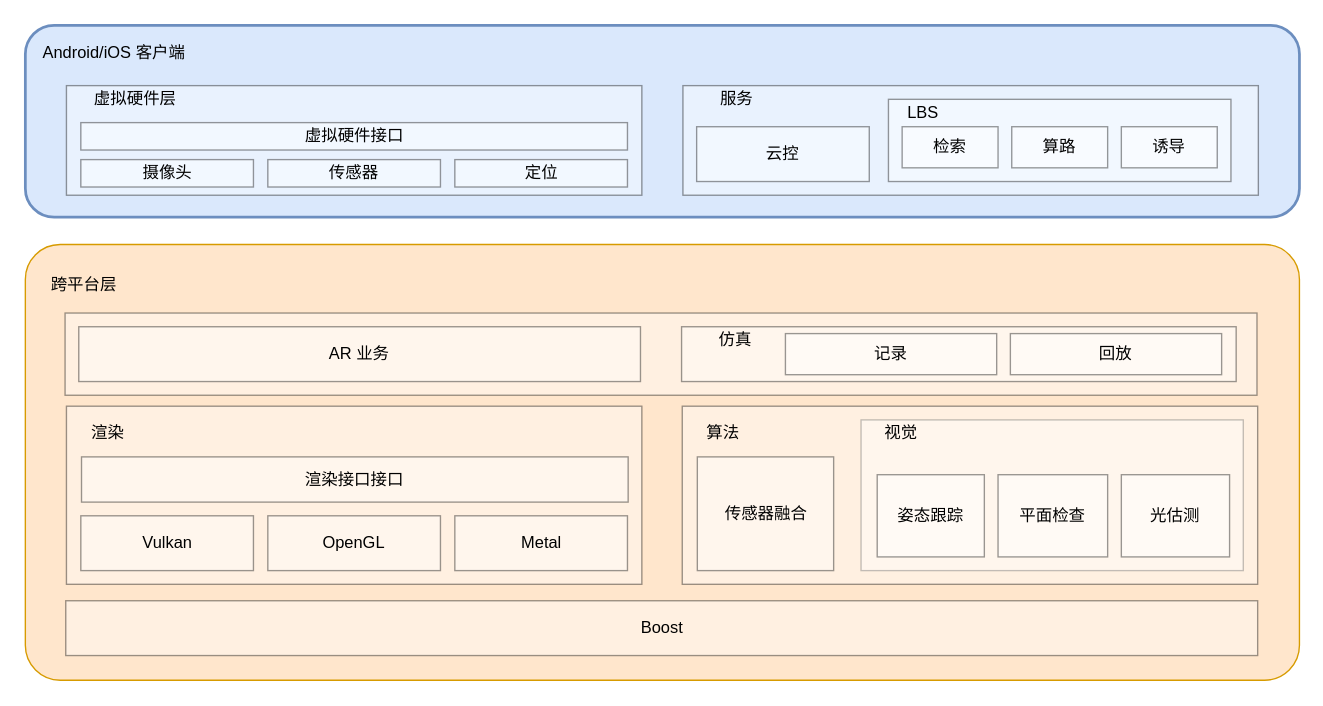
wangziji/graphics keeps this draw.io diagram as page "SDK 框架" (7 of 13) of AR 客户端架构.drawio. Above is the earlier version. Source tidied: cells renumbered, new cells numbered last; positions are measured from the earlier drawing's top-left corner, leaving out a move shared by most shapes. Both pictures are drawn from the tidied source at 137%, with x=0, y=0 at pixel (25, 25).
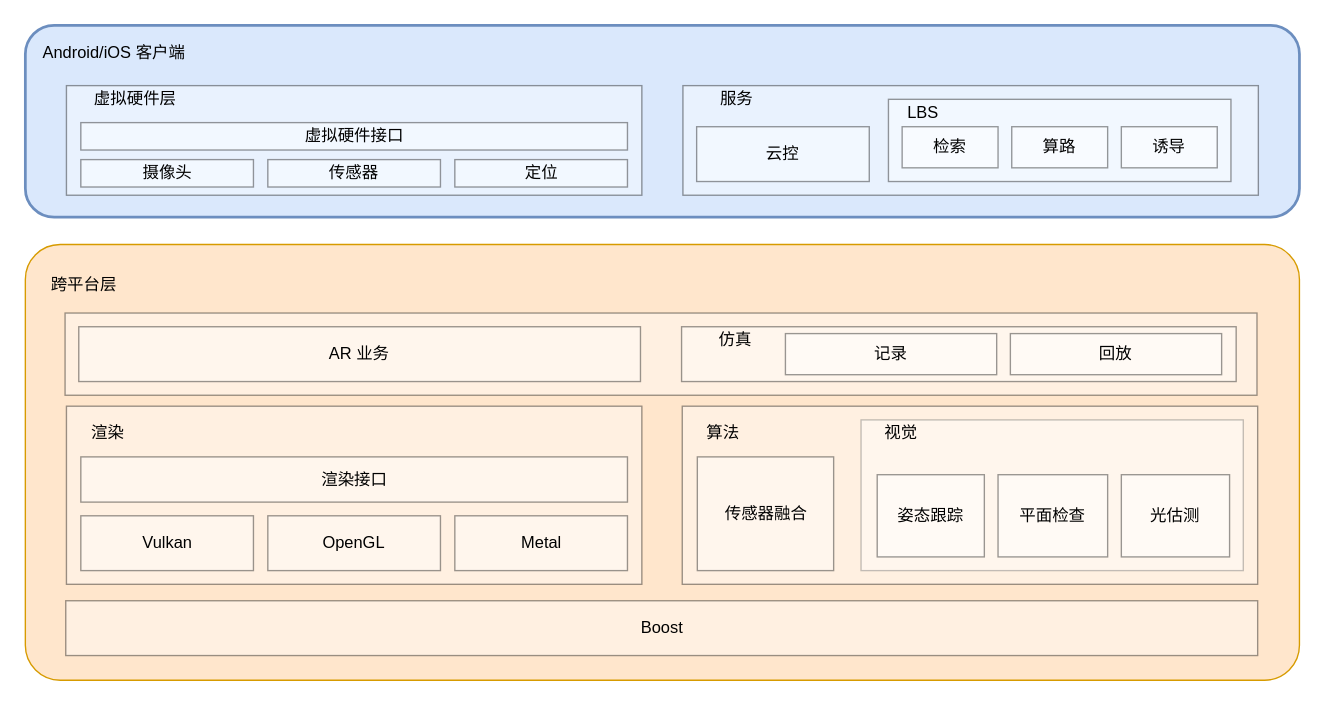
Above is the later version.

The change refers to these unchanged cells:
```xml
<mxCell id="32" style="group;" parent="1" vertex="1">
  <mxGeometry x="20.5" y="278" width="429.5" height="130" as="geometry" />
</mxCell>
```

The edit, as a diff of the source:
```diff
@@
-    <mxCell id="35" value="渲染接口接口" style="rounded=0;whiteSpace=wrap;html=1;strokeWidth=1;opacity=40;" parent="32" vertex="1">
-      <mxGeometry x="20.5" y="37" width="399" height="33" as="geometry" />
+    <mxCell id="35" value="渲染接口" style="rounded=0;whiteSpace=wrap;html=1;strokeWidth=1;opacity=40;" parent="32" vertex="1">
+      <mxGeometry x="20" y="37" width="399" height="33" as="geometry" />
     </mxCell>
```
